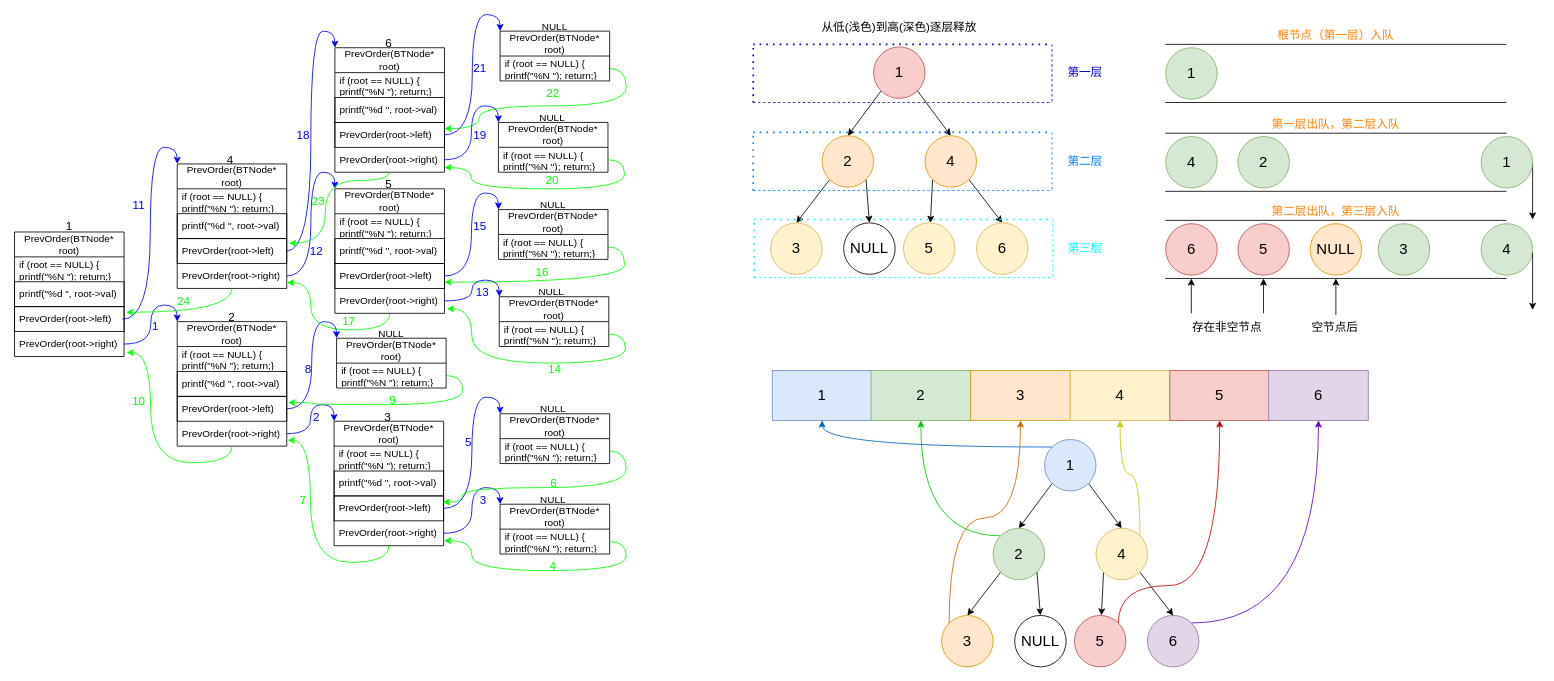
This is data_structure/二叉树.drawio from Doubletful/Create_Image, a draw.io file, before an edit. Source tidied: cells renumbered, new cells numbered last; positions are measured from the earlier drawing's top-left corner, leaving out a move shared by most shapes. Both pictures are drawn from the tidied source at 83%, with x=0, y=0 at pixel (14, 14).
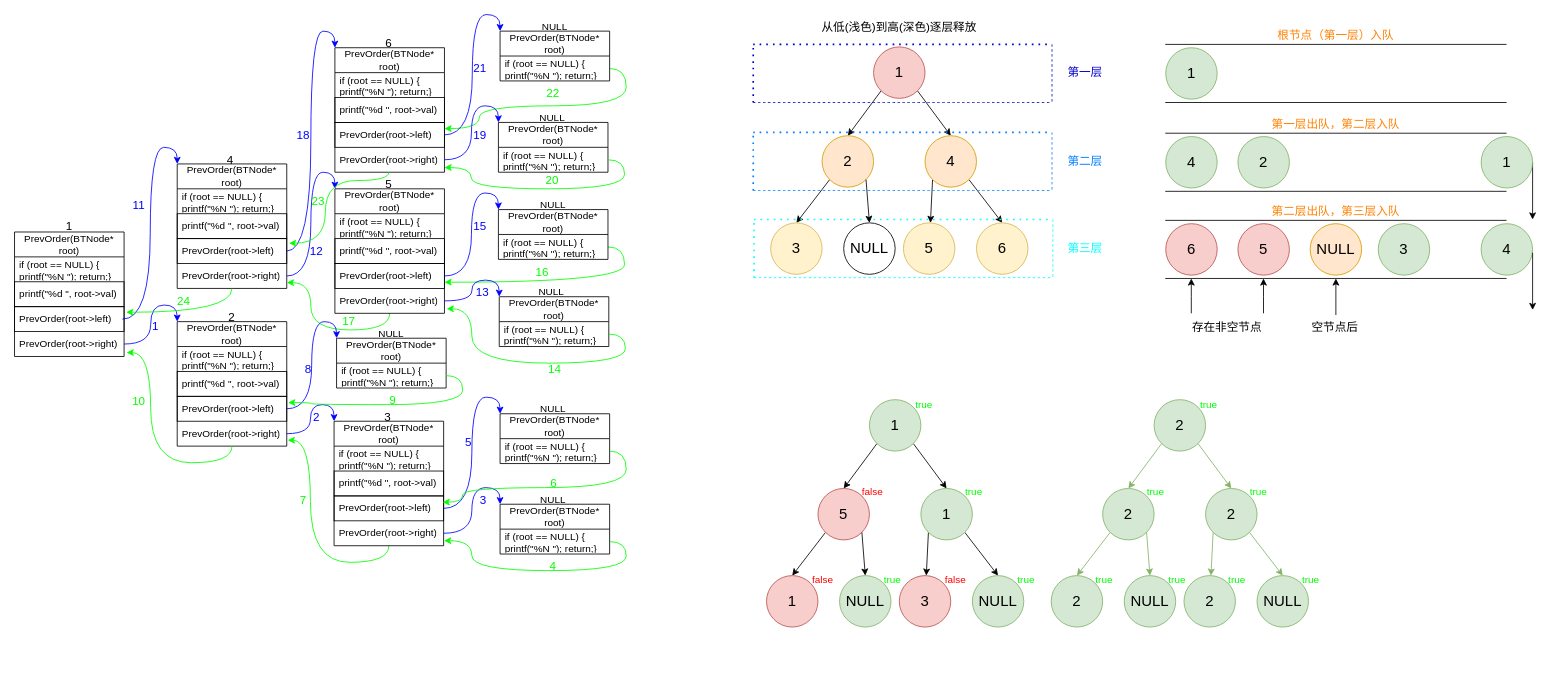
After the change.

Commit message:
更新二叉树.drawio

The edit, as a diff of the source:
```diff
@@
-    <mxCell id="159" style="edgeStyle=none;rounded=0;jettySize=auto;html=1;exitX=0;exitY=1;exitDx=0;exitDy=0;entryX=0.5;entryY=0;entryDx=0;entryDy=0;" parent="1" edge="1" source="161" target="164">
-      <mxGeometry relative="1" as="geometry" />
-    </mxCell>
-    <mxCell id="160" style="edgeStyle=none;rounded=0;jettySize=auto;html=1;exitX=1;exitY=1;exitDx=0;exitDy=0;entryX=0.5;entryY=0;entryDx=0;entryDy=0;" parent="1" edge="1" source="161" target="168">
-      <mxGeometry relative="1" as="geometry" />
-    </mxCell>
-    <mxCell id="161" value="&lt;div&gt;1&lt;/div&gt;" style="ellipse;whiteSpace=wrap;html=1;shapeInside=1;fontSize=18;fillColor=#dae8fc;strokeColor=#6c8ebf;" parent="1" vertex="1">
-      <mxGeometry x="1241" y="512" width="62" height="62" as="geometry" />
-    </mxCell>
-    <mxCell id="162" style="edgeStyle=none;rounded=0;jettySize=auto;html=1;exitX=0;exitY=1;exitDx=0;exitDy=0;entryX=0.5;entryY=0;entryDx=0;entryDy=0;" parent="1" edge="1" source="164" target="170">
-      <mxGeometry relative="1" as="geometry" />
-    </mxCell>
-    <mxCell id="163" style="edgeStyle=orthogonalEdgeStyle;curved=1;rounded=0;jettySize=auto;html=1;exitX=0;exitY=0;exitDx=0;exitDy=0;entryX=0.5;entryY=1;entryDx=0;entryDy=0;strokeColor=#00CC00;" parent="1" edge="1" source="164" target="178">
-      <mxGeometry relative="1" as="geometry" />
-    </mxCell>
-    <mxCell id="164" value="2" style="ellipse;whiteSpace=wrap;html=1;shapeInside=1;fontSize=18;fillColor=#d5e8d4;strokeColor=#82b366;" parent="1" vertex="1">
-      <mxGeometry x="1179" y="619" width="62" height="62" as="geometry" />
-    </mxCell>
-    <mxCell id="165" style="edgeStyle=none;rounded=0;jettySize=auto;html=1;exitX=0;exitY=1;exitDx=0;exitDy=0;" parent="1" edge="1" source="168" target="172">
-      <mxGeometry relative="1" as="geometry" />
-    </mxCell>
-    <mxCell id="166" style="edgeStyle=none;rounded=0;jettySize=auto;html=1;exitX=1;exitY=1;exitDx=0;exitDy=0;entryX=0.5;entryY=0;entryDx=0;entryDy=0;" parent="1" edge="1" source="168" target="174">
-      <mxGeometry relative="1" as="geometry" />
-    </mxCell>
-    <mxCell id="167" style="edgeStyle=orthogonalEdgeStyle;curved=1;rounded=0;jettySize=auto;html=1;exitX=1;exitY=0;exitDx=0;exitDy=0;entryX=0.5;entryY=1;entryDx=0;entryDy=0;strokeColor=#CCCC00;" parent="1" edge="1" source="168" target="180">
-      <mxGeometry relative="1" as="geometry" />
-    </mxCell>
-    <mxCell id="168" value="4" style="ellipse;whiteSpace=wrap;html=1;shapeInside=1;fontSize=18;fillColor=#fff2cc;strokeColor=#d6b656;" parent="1" vertex="1">
-      <mxGeometry x="1303" y="619" width="62" height="62" as="geometry" />
-    </mxCell>
-    <mxCell id="169" style="edgeStyle=orthogonalEdgeStyle;curved=1;rounded=0;jettySize=auto;html=1;exitX=0;exitY=0;exitDx=0;exitDy=0;entryX=0.5;entryY=1;entryDx=0;entryDy=0;strokeColor=#0066CC;" parent="1" edge="1" source="161" target="177">
-      <mxGeometry relative="1" as="geometry" />
-    </mxCell>
-    <mxCell id="170" value="3" style="ellipse;whiteSpace=wrap;html=1;shapeInside=1;fontSize=18;fillColor=#ffe6cc;strokeColor=#d79b00;" parent="1" vertex="1">
-      <mxGeometry x="1117" y="724" width="62" height="62" as="geometry" />
-    </mxCell>
-    <mxCell id="171" style="edgeStyle=orthogonalEdgeStyle;curved=1;rounded=0;jettySize=auto;html=1;exitX=1;exitY=0;exitDx=0;exitDy=0;entryX=0.5;entryY=1;entryDx=0;entryDy=0;strokeColor=#CC0000;" parent="1" edge="1" source="172" target="181">
-      <mxGeometry relative="1" as="geometry">
-        <Array as="points">
-          <mxPoint x="1329.9" y="688" />
-          <mxPoint x="1452" y="688" />
-        </Array>
-      </mxGeometry>
-    </mxCell>
+    <mxCell id="184" style="edgeStyle=none;rounded=0;jettySize=auto;html=1;exitX=0;exitY=1;exitDx=0;exitDy=0;entryX=0.5;entryY=0;entryDx=0;entryDy=0;" parent="1" edge="1" source="186" target="172">
+      <mxGeometry relative="1" as="geometry" />
+    </mxCell>
+    <mxCell id="185" style="edgeStyle=none;rounded=0;jettySize=auto;html=1;exitX=1;exitY=1;exitDx=0;exitDy=0;entryX=0.5;entryY=0;entryDx=0;entryDy=0;" parent="1" edge="1" source="186" target="190">
+      <mxGeometry relative="1" as="geometry" />
+    </mxCell>
+    <mxCell id="186" value="&lt;div&gt;1&lt;/div&gt;" style="ellipse;whiteSpace=wrap;html=1;shapeInside=1;fontSize=18;fillColor=#d5e8d4;strokeColor=#82b366;" parent="1" vertex="1">
+      <mxGeometry x="1030" y="464" width="62" height="62" as="geometry" />
+    </mxCell>
+    <mxCell id="187" style="edgeStyle=none;rounded=0;jettySize=auto;html=1;exitX=0;exitY=1;exitDx=0;exitDy=0;entryX=0.5;entryY=0;entryDx=0;entryDy=0;" parent="1" edge="1" source="172" target="191">
+      <mxGeometry relative="1" as="geometry" />
+    </mxCell>
     <mxCell id="172" value="5" style="ellipse;whiteSpace=wrap;html=1;shapeInside=1;fontSize=18;fillColor=#f8cecc;strokeColor=#b85450;" parent="1" vertex="1">
-      <mxGeometry x="1277" y="724" width="62" height="62" as="geometry" />
+      <mxGeometry x="968" y="571" width="62" height="62" as="geometry" />
     </mxCell>
-    <mxCell id="173" style="edgeStyle=orthogonalEdgeStyle;curved=1;rounded=0;jettySize=auto;html=1;exitX=1;exitY=0;exitDx=0;exitDy=0;entryX=0.5;entryY=1;entryDx=0;entryDy=0;strokeColor=#6600CC;" parent="1" edge="1" source="174" target="182">
-      <mxGeometry relative="1" as="geometry" />
-    </mxCell>
-    <mxCell id="174" value="6" style="ellipse;whiteSpace=wrap;html=1;shapeInside=1;fontSize=18;fillColor=#e1d5e7;strokeColor=#9673a6;" parent="1" vertex="1">
-      <mxGeometry x="1365" y="724" width="62" height="62" as="geometry" />
-    </mxCell>
-    <mxCell id="175" style="edgeStyle=none;rounded=0;jettySize=auto;html=1;exitX=1;exitY=1;exitDx=0;exitDy=0;entryX=0.5;entryY=0;entryDx=0;entryDy=0;" parent="1" edge="1" source="164" target="176">
-      <mxGeometry relative="1" as="geometry" />
-    </mxCell>
-    <mxCell id="176" value="NULL" style="ellipse;whiteSpace=wrap;html=1;shapeInside=1;fontSize=18;" parent="1" vertex="1">
-      <mxGeometry x="1205" y="724" width="62" height="62" as="geometry" />
-    </mxCell>
-    <mxCell id="177" value="&lt;font style=&quot;font-size: 18px;&quot;&gt;1&lt;/font&gt;" style="rounded=0;whiteSpace=wrap;html=1;fillColor=#dae8fc;strokeColor=#6c8ebf;" parent="1" vertex="1">
-      <mxGeometry x="913" y="429" width="120" height="60" as="geometry" />
-    </mxCell>
-    <mxCell id="178" value="&lt;font style=&quot;font-size: 18px;&quot;&gt;2&lt;/font&gt;" style="rounded=0;whiteSpace=wrap;html=1;fillColor=#d5e8d4;strokeColor=#82b366;" parent="1" vertex="1">
-      <mxGeometry x="1032" y="429" width="120" height="60" as="geometry" />
-    </mxCell>
-    <mxCell id="179" value="&lt;font style=&quot;font-size: 18px;&quot;&gt;3&lt;/font&gt;" style="rounded=0;whiteSpace=wrap;html=1;fillColor=#ffe6cc;strokeColor=#d79b00;" parent="1" vertex="1">
-      <mxGeometry x="1152" y="429" width="120" height="60" as="geometry" />
-    </mxCell>
-    <mxCell id="180" value="&lt;font style=&quot;font-size: 18px;&quot;&gt;4&lt;/font&gt;" style="rounded=0;whiteSpace=wrap;html=1;fillColor=#fff2cc;strokeColor=#d6b656;" parent="1" vertex="1">
-      <mxGeometry x="1272" y="429" width="120" height="60" as="geometry" />
-    </mxCell>
-    <mxCell id="181" value="&lt;font style=&quot;font-size: 18px;&quot;&gt;5&lt;/font&gt;" style="rounded=0;whiteSpace=wrap;html=1;fillColor=#f8cecc;strokeColor=#b85450;" parent="1" vertex="1">
-      <mxGeometry x="1392" y="429" width="120" height="60" as="geometry" />
-    </mxCell>
-    <mxCell id="182" value="&lt;font style=&quot;font-size: 18px;&quot;&gt;6&lt;/font&gt;" style="rounded=0;whiteSpace=wrap;html=1;fillColor=#e1d5e7;strokeColor=#9673a6;" parent="1" vertex="1">
-      <mxGeometry x="1511" y="429" width="120" height="60" as="geometry" />
-    </mxCell>
-    <mxCell id="183" style="edgeStyle=orthogonalEdgeStyle;curved=1;rounded=0;jettySize=auto;html=1;exitX=0;exitY=0;exitDx=0;exitDy=0;entryX=0.5;entryY=1;entryDx=0;entryDy=0;strokeColor=#CC6600;" parent="1" edge="1" source="170" target="179">
-      <mxGeometry x="-0.02" relative="1" as="geometry" />
-    </mxCell>
+    <mxCell id="188" style="edgeStyle=none;rounded=0;jettySize=auto;html=1;exitX=0;exitY=1;exitDx=0;exitDy=0;" parent="1" edge="1" source="190" target="192">
+      <mxGeometry relative="1" as="geometry" />
+    </mxCell>
+    <mxCell id="189" style="edgeStyle=none;rounded=0;jettySize=auto;html=1;exitX=1;exitY=1;exitDx=0;exitDy=0;entryX=0.5;entryY=0;entryDx=0;entryDy=0;" parent="1" edge="1" source="190" target="193">
+      <mxGeometry relative="1" as="geometry" />
+    </mxCell>
+    <mxCell id="190" value="1" style="ellipse;whiteSpace=wrap;html=1;shapeInside=1;fontSize=18;fillColor=#d5e8d4;strokeColor=#82b366;" parent="1" vertex="1">
+      <mxGeometry x="1092" y="571" width="62" height="62" as="geometry" />
+    </mxCell>
+    <mxCell id="191" value="1" style="ellipse;whiteSpace=wrap;html=1;shapeInside=1;fontSize=18;fillColor=#f8cecc;strokeColor=#b85450;" parent="1" vertex="1">
+      <mxGeometry x="906" y="676" width="62" height="62" as="geometry" />
+    </mxCell>
+    <mxCell id="192" value="3" style="ellipse;whiteSpace=wrap;html=1;shapeInside=1;fontSize=18;fillColor=#f8cecc;strokeColor=#b85450;" parent="1" vertex="1">
+      <mxGeometry x="1066" y="676" width="62" height="62" as="geometry" />
+    </mxCell>
+    <mxCell id="193" value="NULL" style="ellipse;whiteSpace=wrap;html=1;shapeInside=1;fontSize=18;fillColor=#d5e8d4;strokeColor=#82b366;" parent="1" vertex="1">
+      <mxGeometry x="1154" y="676" width="62" height="62" as="geometry" />
+    </mxCell>
+    <mxCell id="194" style="edgeStyle=none;rounded=0;jettySize=auto;html=1;exitX=1;exitY=1;exitDx=0;exitDy=0;entryX=0.5;entryY=0;entryDx=0;entryDy=0;" parent="1" edge="1" source="172" target="195">
+      <mxGeometry relative="1" as="geometry" />
+    </mxCell>
+    <mxCell id="195" value="NULL" style="ellipse;whiteSpace=wrap;html=1;shapeInside=1;fontSize=18;fillColor=#d5e8d4;strokeColor=#82b366;" parent="1" vertex="1">
+      <mxGeometry x="994" y="676" width="62" height="62" as="geometry" />
+    </mxCell>
+    <mxCell id="196" value="&lt;span style=&quot;color: rgb(255, 0, 0);&quot;&gt;false&lt;/span&gt;" style="text;html=1;whiteSpace=wrap;align=center;verticalAlign=middle;rounded=0;" parent="1" vertex="1">
+      <mxGeometry x="1004" y="560" width="60" height="30" as="geometry" />
+    </mxCell>
+    <mxCell id="197" value="&lt;span style=&quot;color: rgb(0, 255, 0);&quot;&gt;true&lt;/span&gt;" style="text;html=1;whiteSpace=wrap;align=center;verticalAlign=middle;rounded=0;" parent="1" vertex="1">
+      <mxGeometry x="1126" y="560" width="60" height="30" as="geometry" />
+    </mxCell>
+    <mxCell id="198" value="&lt;span style=&quot;color: rgb(0, 255, 0);&quot;&gt;true&lt;/span&gt;" style="text;html=1;whiteSpace=wrap;align=center;verticalAlign=middle;rounded=0;" parent="1" vertex="1">
+      <mxGeometry x="1066" y="456" width="60" height="30" as="geometry" />
+    </mxCell>
+    <mxCell id="199" value="&lt;span style=&quot;color: rgb(0, 255, 0);&quot;&gt;true&lt;/span&gt;" style="text;html=1;whiteSpace=wrap;align=center;verticalAlign=middle;rounded=0;" parent="1" vertex="1">
+      <mxGeometry x="1028" y="666" width="60" height="30" as="geometry" />
+    </mxCell>
+    <mxCell id="200" value="&lt;span style=&quot;color: rgb(0, 255, 0);&quot;&gt;true&lt;/span&gt;" style="text;html=1;whiteSpace=wrap;align=center;verticalAlign=middle;rounded=0;" parent="1" vertex="1">
+      <mxGeometry x="1189" y="666" width="60" height="30" as="geometry" />
+    </mxCell>
+    <mxCell id="201" style="edgeStyle=none;rounded=0;jettySize=auto;html=1;exitX=0;exitY=1;exitDx=0;exitDy=0;entryX=0.5;entryY=0;entryDx=0;entryDy=0;fillColor=#d5e8d4;strokeColor=#82b366;" parent="1" edge="1" source="203" target="205">
+      <mxGeometry relative="1" as="geometry" />
+    </mxCell>
+    <mxCell id="202" style="edgeStyle=none;rounded=0;jettySize=auto;html=1;exitX=1;exitY=1;exitDx=0;exitDy=0;entryX=0.5;entryY=0;entryDx=0;entryDy=0;fillColor=#d5e8d4;strokeColor=#82b366;" parent="1" edge="1" source="203" target="208">
+      <mxGeometry relative="1" as="geometry" />
+    </mxCell>
+    <mxCell id="203" value="2" style="ellipse;whiteSpace=wrap;html=1;shapeInside=1;fontSize=18;fillColor=#d5e8d4;strokeColor=#82b366;" parent="1" vertex="1">
+      <mxGeometry x="1373" y="464" width="62" height="62" as="geometry" />
+    </mxCell>
+    <mxCell id="204" style="edgeStyle=none;rounded=0;jettySize=auto;html=1;exitX=0;exitY=1;exitDx=0;exitDy=0;entryX=0.5;entryY=0;entryDx=0;entryDy=0;fillColor=#d5e8d4;strokeColor=#82b366;" parent="1" edge="1" source="205" target="209">
+      <mxGeometry relative="1" as="geometry" />
+    </mxCell>
+    <mxCell id="205" value="2" style="ellipse;whiteSpace=wrap;html=1;shapeInside=1;fontSize=18;fillColor=#d5e8d4;strokeColor=#82b366;" parent="1" vertex="1">
+      <mxGeometry x="1311" y="571" width="62" height="62" as="geometry" />
+    </mxCell>
+    <mxCell id="206" style="edgeStyle=none;rounded=0;jettySize=auto;html=1;exitX=0;exitY=1;exitDx=0;exitDy=0;fillColor=#d5e8d4;strokeColor=#82b366;" parent="1" edge="1" source="208" target="210">
+      <mxGeometry relative="1" as="geometry" />
+    </mxCell>
+    <mxCell id="207" style="edgeStyle=none;rounded=0;jettySize=auto;html=1;exitX=1;exitY=1;exitDx=0;exitDy=0;entryX=0.5;entryY=0;entryDx=0;entryDy=0;fillColor=#d5e8d4;strokeColor=#82b366;" parent="1" edge="1" source="208" target="211">
+      <mxGeometry relative="1" as="geometry" />
+    </mxCell>
+    <mxCell id="208" value="2" style="ellipse;whiteSpace=wrap;html=1;shapeInside=1;fontSize=18;fillColor=#d5e8d4;strokeColor=#82b366;" parent="1" vertex="1">
+      <mxGeometry x="1435" y="571" width="62" height="62" as="geometry" />
+    </mxCell>
+    <mxCell id="209" value="2" style="ellipse;whiteSpace=wrap;html=1;shapeInside=1;fontSize=18;fillColor=#d5e8d4;strokeColor=#82b366;" parent="1" vertex="1">
+      <mxGeometry x="1249" y="676" width="62" height="62" as="geometry" />
+    </mxCell>
+    <mxCell id="210" value="2" style="ellipse;whiteSpace=wrap;html=1;shapeInside=1;fontSize=18;fillColor=#d5e8d4;strokeColor=#82b366;" parent="1" vertex="1">
+      <mxGeometry x="1409" y="676" width="62" height="62" as="geometry" />
+    </mxCell>
+    <mxCell id="211" value="NULL" style="ellipse;whiteSpace=wrap;html=1;shapeInside=1;fontSize=18;fillColor=#d5e8d4;strokeColor=#82b366;" parent="1" vertex="1">
+      <mxGeometry x="1497" y="676" width="62" height="62" as="geometry" />
+    </mxCell>
+    <mxCell id="212" style="edgeStyle=none;rounded=0;jettySize=auto;html=1;exitX=1;exitY=1;exitDx=0;exitDy=0;entryX=0.5;entryY=0;entryDx=0;entryDy=0;fillColor=#d5e8d4;strokeColor=#82b366;" parent="1" edge="1" source="205" target="213">
+      <mxGeometry relative="1" as="geometry" />
+    </mxCell>
+    <mxCell id="213" value="NULL" style="ellipse;whiteSpace=wrap;html=1;shapeInside=1;fontSize=18;fillColor=#d5e8d4;strokeColor=#82b366;" parent="1" vertex="1">
+      <mxGeometry x="1337" y="676" width="62" height="62" as="geometry" />
+    </mxCell>
+    <mxCell id="214" value="&lt;span style=&quot;color: rgb(0, 255, 0);&quot;&gt;true&lt;/span&gt;" style="text;html=1;whiteSpace=wrap;align=center;verticalAlign=middle;rounded=0;" parent="1" vertex="1">
+      <mxGeometry x="1283" y="666" width="60" height="30" as="geometry" />
+    </mxCell>
+    <mxCell id="215" value="&lt;span style=&quot;color: rgb(0, 255, 0);&quot;&gt;true&lt;/span&gt;" style="text;html=1;whiteSpace=wrap;align=center;verticalAlign=middle;rounded=0;" parent="1" vertex="1">
+      <mxGeometry x="1345" y="560" width="60" height="30" as="geometry" />
+    </mxCell>
+    <mxCell id="216" value="&lt;span style=&quot;color: rgb(0, 255, 0);&quot;&gt;true&lt;/span&gt;" style="text;html=1;whiteSpace=wrap;align=center;verticalAlign=middle;rounded=0;" parent="1" vertex="1">
+      <mxGeometry x="1469" y="560" width="60" height="30" as="geometry" />
+    </mxCell>
+    <mxCell id="217" value="&lt;span style=&quot;color: rgb(0, 255, 0);&quot;&gt;true&lt;/span&gt;" style="text;html=1;whiteSpace=wrap;align=center;verticalAlign=middle;rounded=0;" parent="1" vertex="1">
+      <mxGeometry x="1409" y="456" width="60" height="30" as="geometry" />
+    </mxCell>
+    <mxCell id="218" value="&lt;span style=&quot;color: rgb(0, 255, 0);&quot;&gt;true&lt;/span&gt;" style="text;html=1;whiteSpace=wrap;align=center;verticalAlign=middle;rounded=0;" parent="1" vertex="1">
+      <mxGeometry x="1371" y="666" width="60" height="30" as="geometry" />
+    </mxCell>
+    <mxCell id="219" value="&lt;span style=&quot;color: rgb(0, 255, 0);&quot;&gt;true&lt;/span&gt;" style="text;html=1;whiteSpace=wrap;align=center;verticalAlign=middle;rounded=0;" parent="1" vertex="1">
+      <mxGeometry x="1532" y="666" width="60" height="30" as="geometry" />
+    </mxCell>
+    <mxCell id="220" value="&lt;span style=&quot;color: rgb(0, 255, 0);&quot;&gt;true&lt;/span&gt;" style="text;html=1;whiteSpace=wrap;align=center;verticalAlign=middle;rounded=0;" parent="1" vertex="1">
+      <mxGeometry x="1443" y="666" width="60" height="30" as="geometry" />
+    </mxCell>
+    <mxCell id="221" value="&lt;span style=&quot;color: rgb(255, 0, 0);&quot;&gt;false&lt;/span&gt;" style="text;html=1;whiteSpace=wrap;align=center;verticalAlign=middle;rounded=0;" parent="1" vertex="1">
+      <mxGeometry x="1104" y="666" width="60" height="30" as="geometry" />
+    </mxCell>
+    <mxCell id="222" value="&lt;span style=&quot;color: rgb(255, 0, 0);&quot;&gt;false&lt;/span&gt;" style="text;html=1;whiteSpace=wrap;align=center;verticalAlign=middle;rounded=0;" parent="1" vertex="1">
+      <mxGeometry x="944" y="666" width="60" height="30" as="geometry" />
+    </mxCell>
```
